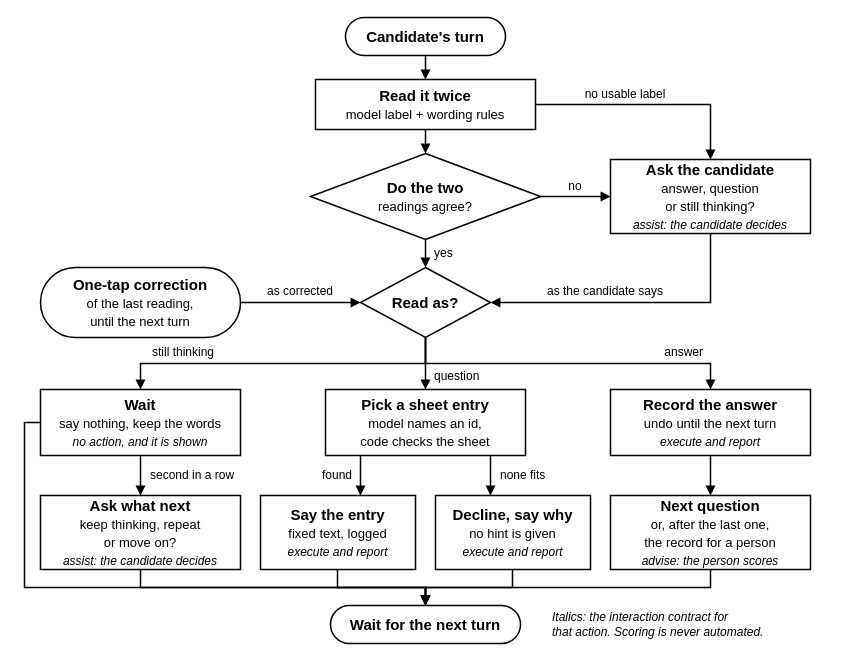
Earlier version of the draw.io diagram docs/turn-graph.drawio (ShreehariA/turncheck). Source tidied: cells renumbered, new cells numbered last; positions are measured from the earlier drawing's top-left corner, leaving out a move shared by most shapes. Both pictures are drawn from the tidied source at 100%, with x=0, y=0 at pixel (24, 17).
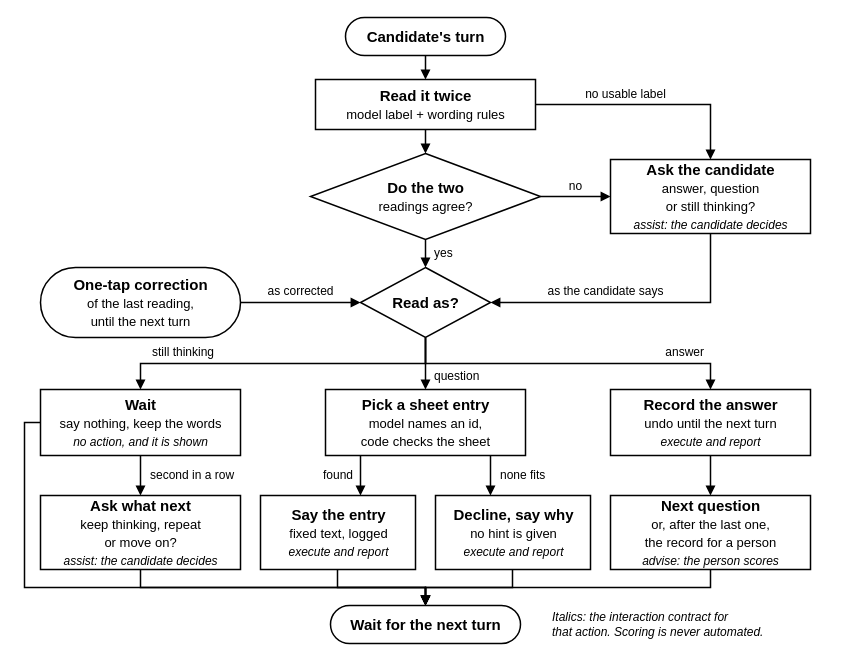
The same page after the edit.

Commit message (it also covers changes not shown here):
Diagrams: add the script that writes them; stop draw.io re-wrapping a label

Opened in draw.io's viewer, "what happened" wrapped onto its own arrow. Every
line break in the files is explicit, so wrapping is now off. The SVGs are unchanged.

The edit, as a diff of the source:
```diff
@@
-    <mxCell id="2" value="&lt;b&gt;Candidate&amp;#x27;s turn&lt;/b&gt;" style="rounded=1;arcSize=50;fillColor=#FFFFFF;whiteSpace=wrap;html=1;strokeColor=#000000;strokeWidth=1.5;fontColor=#000000;fontFamily=Helvetica;fontSize=15;" parent="1" vertex="1">
+    <mxCell id="2" value="&lt;b&gt;Candidate&amp;#x27;s turn&lt;/b&gt;" style="rounded=1;arcSize=50;fillColor=#FFFFFF;html=1;strokeColor=#000000;strokeWidth=1.5;fontColor=#000000;fontFamily=Helvetica;fontSize=15;" parent="1" vertex="1">
       <mxGeometry x="321" width="160" height="38" as="geometry" />
     </mxCell>
-    <mxCell id="3" value="&lt;b&gt;Read it twice&lt;/b&gt;&lt;br&gt;&lt;font style=&quot;font-size:13px&quot;&gt;model label + wording rules&lt;/font&gt;" style="rounded=0;fillColor=#FFFFFF;whiteSpace=wrap;html=1;strokeColor=#000000;strokeWidth=1.5;fontColor=#000000;fontFamily=Helvetica;fontSize=15;" parent="1" vertex="1">
+    <mxCell id="3" value="&lt;b&gt;Read it twice&lt;/b&gt;&lt;br&gt;&lt;font style=&quot;font-size:13px&quot;&gt;model label + wording rules&lt;/font&gt;" style="rounded=0;fillColor=#FFFFFF;html=1;strokeColor=#000000;strokeWidth=1.5;fontColor=#000000;fontFamily=Helvetica;fontSize=15;" parent="1" vertex="1">
       <mxGeometry x="291" y="62" width="220" height="50" as="geometry" />
     </mxCell>
-    <mxCell id="4" value="&lt;b&gt;Do the two&lt;/b&gt;&lt;br&gt;&lt;font style=&quot;font-size:13px&quot;&gt;readings agree?&lt;/font&gt;" style="rhombus;fillColor=#FFFFFF;whiteSpace=wrap;html=1;strokeColor=#000000;strokeWidth=1.5;fontColor=#000000;fontFamily=Helvetica;fontSize=15;" parent="1" vertex="1">
+    <mxCell id="4" value="&lt;b&gt;Do the two&lt;/b&gt;&lt;br&gt;&lt;font style=&quot;font-size:13px&quot;&gt;readings agree?&lt;/font&gt;" style="rhombus;fillColor=#FFFFFF;html=1;strokeColor=#000000;strokeWidth=1.5;fontColor=#000000;fontFamily=Helvetica;fontSize=15;" parent="1" vertex="1">
       <mxGeometry x="286" y="136" width="230" height="86" as="geometry" />
     </mxCell>
-    <mxCell id="5" value="&lt;b&gt;Ask the candidate&lt;/b&gt;&lt;br&gt;&lt;font style=&quot;font-size:13px&quot;&gt;answer, question&lt;br&gt;or still thinking?&lt;/font&gt;&lt;br&gt;&lt;i style=&quot;font-size:12px&quot;&gt;assist: the candidate decides&lt;/i&gt;" style="rounded=0;fillColor=#FFFFFF;whiteSpace=wrap;html=1;strokeColor=#000000;strokeWidth=1.5;fontColor=#000000;fontFamily=Helvetica;fontSize=15;" parent="1" vertex="1">
+    <mxCell id="5" value="&lt;b&gt;Ask the candidate&lt;/b&gt;&lt;br&gt;&lt;font style=&quot;font-size:13px&quot;&gt;answer, question&lt;br&gt;or still thinking?&lt;/font&gt;&lt;br&gt;&lt;i style=&quot;font-size:12px&quot;&gt;assist: the candidate decides&lt;/i&gt;" style="rounded=0;fillColor=#FFFFFF;html=1;strokeColor=#000000;strokeWidth=1.5;fontColor=#000000;fontFamily=Helvetica;fontSize=15;" parent="1" vertex="1">
       <mxGeometry x="586" y="142" width="200" height="74" as="geometry" />
     </mxCell>
-    <mxCell id="6" value="&lt;b&gt;One-tap correction&lt;/b&gt;&lt;br&gt;&lt;font style=&quot;font-size:13px&quot;&gt;of the last reading,&lt;br&gt;until the next turn&lt;/font&gt;" style="rounded=1;arcSize=50;fillColor=#FFFFFF;whiteSpace=wrap;html=1;strokeColor=#000000;strokeWidth=1.5;fontColor=#000000;fontFamily=Helvetica;fontSize=15;" parent="1" vertex="1">
+    <mxCell id="6" value="&lt;b&gt;One-tap correction&lt;/b&gt;&lt;br&gt;&lt;font style=&quot;font-size:13px&quot;&gt;of the last reading,&lt;br&gt;until the next turn&lt;/font&gt;" style="rounded=1;arcSize=50;fillColor=#FFFFFF;html=1;strokeColor=#000000;strokeWidth=1.5;fontColor=#000000;fontFamily=Helvetica;fontSize=15;" parent="1" vertex="1">
       <mxGeometry x="16" y="250" width="200" height="70" as="geometry" />
     </mxCell>
-    <mxCell id="7" value="&lt;b&gt;Read as?&lt;/b&gt;" style="rhombus;fillColor=#FFFFFF;whiteSpace=wrap;html=1;strokeColor=#000000;strokeWidth=1.5;fontColor=#000000;fontFamily=Helvetica;fontSize=15;" parent="1" vertex="1">
+    <mxCell id="7" value="&lt;b&gt;Read as?&lt;/b&gt;" style="rhombus;fillColor=#FFFFFF;html=1;strokeColor=#000000;strokeWidth=1.5;fontColor=#000000;fontFamily=Helvetica;fontSize=15;" parent="1" vertex="1">
       <mxGeometry x="336" y="250" width="130" height="70" as="geometry" />
     </mxCell>
-    <mxCell id="8" value="&lt;b&gt;Wait&lt;/b&gt;&lt;br&gt;&lt;font style=&quot;font-size:13px&quot;&gt;say nothing, keep the words&lt;/font&gt;&lt;br&gt;&lt;i style=&quot;font-size:12px&quot;&gt;no action, and it is shown&lt;/i&gt;" style="rounded=0;fillColor=#FFFFFF;whiteSpace=wrap;html=1;strokeColor=#000000;strokeWidth=1.5;fontColor=#000000;fontFamily=Helvetica;fontSize=15;" parent="1" vertex="1">
+    <mxCell id="8" value="&lt;b&gt;Wait&lt;/b&gt;&lt;br&gt;&lt;font style=&quot;font-size:13px&quot;&gt;say nothing, keep the words&lt;/font&gt;&lt;br&gt;&lt;i style=&quot;font-size:12px&quot;&gt;no action, and it is shown&lt;/i&gt;" style="rounded=0;fillColor=#FFFFFF;html=1;strokeColor=#000000;strokeWidth=1.5;fontColor=#000000;fontFamily=Helvetica;fontSize=15;" parent="1" vertex="1">
       <mxGeometry x="16" y="372" width="200" height="66" as="geometry" />
     </mxCell>
-    <mxCell id="9" value="&lt;b&gt;Pick a sheet entry&lt;/b&gt;&lt;br&gt;&lt;font style=&quot;font-size:13px&quot;&gt;model names an id,&lt;br&gt;code checks the sheet&lt;/font&gt;" style="rounded=0;fillColor=#FFFFFF;whiteSpace=wrap;html=1;strokeColor=#000000;strokeWidth=1.5;fontColor=#000000;fontFamily=Helvetica;fontSize=15;" parent="1" vertex="1">
+    <mxCell id="9" value="&lt;b&gt;Pick a sheet entry&lt;/b&gt;&lt;br&gt;&lt;font style=&quot;font-size:13px&quot;&gt;model names an id,&lt;br&gt;code checks the sheet&lt;/font&gt;" style="rounded=0;fillColor=#FFFFFF;html=1;strokeColor=#000000;strokeWidth=1.5;fontColor=#000000;fontFamily=Helvetica;fontSize=15;" parent="1" vertex="1">
       <mxGeometry x="301" y="372" width="200" height="66" as="geometry" />
     </mxCell>
-    <mxCell id="10" value="&lt;b&gt;Record the answer&lt;/b&gt;&lt;br&gt;&lt;font style=&quot;font-size:13px&quot;&gt;undo until the next turn&lt;/font&gt;&lt;br&gt;&lt;i style=&quot;font-size:12px&quot;&gt;execute and report&lt;/i&gt;" style="rounded=0;fillColor=#FFFFFF;whiteSpace=wrap;html=1;strokeColor=#000000;strokeWidth=1.5;fontColor=#000000;fontFamily=Helvetica;fontSize=15;" parent="1" vertex="1">
+    <mxCell id="10" value="&lt;b&gt;Record the answer&lt;/b&gt;&lt;br&gt;&lt;font style=&quot;font-size:13px&quot;&gt;undo until the next turn&lt;/font&gt;&lt;br&gt;&lt;i style=&quot;font-size:12px&quot;&gt;execute and report&lt;/i&gt;" style="rounded=0;fillColor=#FFFFFF;html=1;strokeColor=#000000;strokeWidth=1.5;fontColor=#000000;fontFamily=Helvetica;fontSize=15;" parent="1" vertex="1">
       <mxGeometry x="586" y="372" width="200" height="66" as="geometry" />
     </mxCell>
-    <mxCell id="11" value="&lt;b&gt;Ask what next&lt;/b&gt;&lt;br&gt;&lt;font style=&quot;font-size:13px&quot;&gt;keep thinking, repeat&lt;br&gt;or move on?&lt;/font&gt;&lt;br&gt;&lt;i style=&quot;font-size:12px&quot;&gt;assist: the candidate decides&lt;/i&gt;" style="rounded=0;fillColor=#FFFFFF;whiteSpace=wrap;html=1;strokeColor=#000000;strokeWidth=1.5;fontColor=#000000;fontFamily=Helvetica;fontSize=15;" parent="1" vertex="1">
+    <mxCell id="11" value="&lt;b&gt;Ask what next&lt;/b&gt;&lt;br&gt;&lt;font style=&quot;font-size:13px&quot;&gt;keep thinking, repeat&lt;br&gt;or move on?&lt;/font&gt;&lt;br&gt;&lt;i style=&quot;font-size:12px&quot;&gt;assist: the candidate decides&lt;/i&gt;" style="rounded=0;fillColor=#FFFFFF;html=1;strokeColor=#000000;strokeWidth=1.5;fontColor=#000000;fontFamily=Helvetica;fontSize=15;" parent="1" vertex="1">
       <mxGeometry x="16" y="478" width="200" height="74" as="geometry" />
     </mxCell>
-    <mxCell id="12" value="&lt;b&gt;Say the entry&lt;/b&gt;&lt;br&gt;&lt;font style=&quot;font-size:13px&quot;&gt;fixed text, logged&lt;/font&gt;&lt;br&gt;&lt;i style=&quot;font-size:12px&quot;&gt;execute and report&lt;/i&gt;" style="rounded=0;fillColor=#FFFFFF;whiteSpace=wrap;html=1;strokeColor=#000000;strokeWidth=1.5;fontColor=#000000;fontFamily=Helvetica;fontSize=15;" parent="1" vertex="1">
+    <mxCell id="12" value="&lt;b&gt;Say the entry&lt;/b&gt;&lt;br&gt;&lt;font style=&quot;font-size:13px&quot;&gt;fixed text, logged&lt;/font&gt;&lt;br&gt;&lt;i style=&quot;font-size:12px&quot;&gt;execute and report&lt;/i&gt;" style="rounded=0;fillColor=#FFFFFF;html=1;strokeColor=#000000;strokeWidth=1.5;fontColor=#000000;fontFamily=Helvetica;fontSize=15;" parent="1" vertex="1">
       <mxGeometry x="236" y="478" width="155" height="74" as="geometry" />
     </mxCell>
-    <mxCell id="13" value="&lt;b&gt;Decline, say why&lt;/b&gt;&lt;br&gt;&lt;font style=&quot;font-size:13px&quot;&gt;no hint is given&lt;/font&gt;&lt;br&gt;&lt;i style=&quot;font-size:12px&quot;&gt;execute and report&lt;/i&gt;" style="rounded=0;fillColor=#FFFFFF;whiteSpace=wrap;html=1;strokeColor=#000000;strokeWidth=1.5;fontColor=#000000;fontFamily=Helvetica;fontSize=15;" parent="1" vertex="1">
+    <mxCell id="13" value="&lt;b&gt;Decline, say why&lt;/b&gt;&lt;br&gt;&lt;font style=&quot;font-size:13px&quot;&gt;no hint is given&lt;/font&gt;&lt;br&gt;&lt;i style=&quot;font-size:12px&quot;&gt;execute and report&lt;/i&gt;" style="rounded=0;fillColor=#FFFFFF;html=1;strokeColor=#000000;strokeWidth=1.5;fontColor=#000000;fontFamily=Helvetica;fontSize=15;" parent="1" vertex="1">
       <mxGeometry x="411" y="478" width="155" height="74" as="geometry" />
     </mxCell>
-    <mxCell id="14" value="&lt;b&gt;Next question&lt;/b&gt;&lt;br&gt;&lt;font style=&quot;font-size:13px&quot;&gt;or, after the last one,&lt;br&gt;the record for a person&lt;/font&gt;&lt;br&gt;&lt;i style=&quot;font-size:12px&quot;&gt;advise: the person scores&lt;/i&gt;" style="rounded=0;fillColor=#FFFFFF;whiteSpace=wrap;html=1;strokeColor=#000000;strokeWidth=1.5;fontColor=#000000;fontFamily=Helvetica;fontSize=15;" parent="1" vertex="1">
+    <mxCell id="14" value="&lt;b&gt;Next question&lt;/b&gt;&lt;br&gt;&lt;font style=&quot;font-size:13px&quot;&gt;or, after the last one,&lt;br&gt;the record for a person&lt;/font&gt;&lt;br&gt;&lt;i style=&quot;font-size:12px&quot;&gt;advise: the person scores&lt;/i&gt;" style="rounded=0;fillColor=#FFFFFF;html=1;strokeColor=#000000;strokeWidth=1.5;fontColor=#000000;fontFamily=Helvetica;fontSize=15;" parent="1" vertex="1">
       <mxGeometry x="586" y="478" width="200" height="74" as="geometry" />
     </mxCell>
-    <mxCell id="15" value="&lt;b&gt;Wait for the next turn&lt;/b&gt;" style="rounded=1;arcSize=50;fillColor=#FFFFFF;whiteSpace=wrap;html=1;strokeColor=#000000;strokeWidth=1.5;fontColor=#000000;fontFamily=Helvetica;fontSize=15;" parent="1" vertex="1">
+    <mxCell id="15" value="&lt;b&gt;Wait for the next turn&lt;/b&gt;" style="rounded=1;arcSize=50;fillColor=#FFFFFF;html=1;strokeColor=#000000;strokeWidth=1.5;fontColor=#000000;fontFamily=Helvetica;fontSize=15;" parent="1" vertex="1">
       <mxGeometry x="306" y="588" width="190" height="38" as="geometry" />
     </mxCell>
@@
-    <mxCell id="35" value="no usable label" style="text;html=1;strokeColor=none;fillColor=none;align=center;verticalAlign=middle;whiteSpace=wrap;fontSize=12;fontColor=#000000;fontFamily=Helvetica;" parent="1" vertex="1">
+    <mxCell id="35" value="no usable label" style="text;html=1;strokeColor=none;fillColor=none;align=center;verticalAlign=middle;fontSize=12;fontColor=#000000;fontFamily=Helvetica;" parent="1" vertex="1">
       <mxGeometry x="521" y="68" width="160" height="17" as="geometry" />
     </mxCell>
-    <mxCell id="36" value="no" style="text;html=1;strokeColor=none;fillColor=none;align=center;verticalAlign=middle;whiteSpace=wrap;fontSize=12;fontColor=#000000;fontFamily=Helvetica;" parent="1" vertex="1">
+    <mxCell id="36" value="no" style="text;html=1;strokeColor=none;fillColor=none;align=center;verticalAlign=middle;fontSize=12;fontColor=#000000;fontFamily=Helvetica;" parent="1" vertex="1">
       <mxGeometry x="531" y="160" width="40" height="17" as="geometry" />
     </mxCell>
-    <mxCell id="37" value="yes" style="text;html=1;strokeColor=none;fillColor=none;align=left;verticalAlign=middle;whiteSpace=wrap;fontSize=12;fontColor=#000000;fontFamily=Helvetica;" parent="1" vertex="1">
+    <mxCell id="37" value="yes" style="text;html=1;strokeColor=none;fillColor=none;align=left;verticalAlign=middle;fontSize=12;fontColor=#000000;fontFamily=Helvetica;" parent="1" vertex="1">
       <mxGeometry x="408" y="227" width="40" height="17" as="geometry" />
     </mxCell>
-    <mxCell id="38" value="as the candidate says" style="text;html=1;strokeColor=none;fillColor=none;align=center;verticalAlign=middle;whiteSpace=wrap;fontSize=12;fontColor=#000000;fontFamily=Helvetica;" parent="1" vertex="1">
+    <mxCell id="38" value="as the candidate says" style="text;html=1;strokeColor=none;fillColor=none;align=center;verticalAlign=middle;fontSize=12;fontColor=#000000;fontFamily=Helvetica;" parent="1" vertex="1">
       <mxGeometry x="506" y="265" width="150" height="17" as="geometry" />
     </mxCell>
-    <mxCell id="39" value="as corrected" style="text;html=1;strokeColor=none;fillColor=none;align=center;verticalAlign=middle;whiteSpace=wrap;fontSize=12;fontColor=#000000;fontFamily=Helvetica;" parent="1" vertex="1">
+    <mxCell id="39" value="as corrected" style="text;html=1;strokeColor=none;fillColor=none;align=center;verticalAlign=middle;fontSize=12;fontColor=#000000;fontFamily=Helvetica;" parent="1" vertex="1">
       <mxGeometry x="226" y="265" width="100" height="17" as="geometry" />
     </mxCell>
-    <mxCell id="40" value="still thinking" style="text;html=1;strokeColor=none;fillColor=none;align=left;verticalAlign=middle;whiteSpace=wrap;fontSize=12;fontColor=#000000;fontFamily=Helvetica;" parent="1" vertex="1">
+    <mxCell id="40" value="still thinking" style="text;html=1;strokeColor=none;fillColor=none;align=left;verticalAlign=middle;fontSize=12;fontColor=#000000;fontFamily=Helvetica;" parent="1" vertex="1">
       <mxGeometry x="126" y="326" width="100" height="17" as="geometry" />
     </mxCell>
-    <mxCell id="41" value="question" style="text;html=1;strokeColor=none;fillColor=none;align=left;verticalAlign=middle;whiteSpace=wrap;fontSize=12;fontColor=#000000;fontFamily=Helvetica;" parent="1" vertex="1">
+    <mxCell id="41" value="question" style="text;html=1;strokeColor=none;fillColor=none;align=left;verticalAlign=middle;fontSize=12;fontColor=#000000;fontFamily=Helvetica;" parent="1" vertex="1">
       <mxGeometry x="408" y="350" width="70" height="17" as="geometry" />
     </mxCell>
-    <mxCell id="42" value="answer" style="text;html=1;strokeColor=none;fillColor=none;align=right;verticalAlign=middle;whiteSpace=wrap;fontSize=12;fontColor=#000000;fontFamily=Helvetica;" parent="1" vertex="1">
+    <mxCell id="42" value="answer" style="text;html=1;strokeColor=none;fillColor=none;align=right;verticalAlign=middle;fontSize=12;fontColor=#000000;fontFamily=Helvetica;" parent="1" vertex="1">
       <mxGeometry x="626" y="326" width="55" height="17" as="geometry" />
     </mxCell>
-    <mxCell id="43" value="second in a row" style="text;html=1;strokeColor=none;fillColor=none;align=left;verticalAlign=middle;whiteSpace=wrap;fontSize=12;fontColor=#000000;fontFamily=Helvetica;" parent="1" vertex="1">
+    <mxCell id="43" value="second in a row" style="text;html=1;strokeColor=none;fillColor=none;align=left;verticalAlign=middle;fontSize=12;fontColor=#000000;fontFamily=Helvetica;" parent="1" vertex="1">
       <mxGeometry x="124" y="449" width="92" height="17" as="geometry" />
     </mxCell>
-    <mxCell id="44" value="found" style="text;html=1;strokeColor=none;fillColor=none;align=right;verticalAlign=middle;whiteSpace=wrap;fontSize=12;fontColor=#000000;fontFamily=Helvetica;" parent="1" vertex="1">
+    <mxCell id="44" value="found" style="text;html=1;strokeColor=none;fillColor=none;align=right;verticalAlign=middle;fontSize=12;fontColor=#000000;fontFamily=Helvetica;" parent="1" vertex="1">
       <mxGeometry x="286" y="449" width="44" height="17" as="geometry" />
     </mxCell>
-    <mxCell id="45" value="none fits" style="text;html=1;strokeColor=none;fillColor=none;align=left;verticalAlign=middle;whiteSpace=wrap;fontSize=12;fontColor=#000000;fontFamily=Helvetica;" parent="1" vertex="1">
+    <mxCell id="45" value="none fits" style="text;html=1;strokeColor=none;fillColor=none;align=left;verticalAlign=middle;fontSize=12;fontColor=#000000;fontFamily=Helvetica;" parent="1" vertex="1">
       <mxGeometry x="474" y="449" width="85" height="17" as="geometry" />
     </mxCell>
-    <mxCell id="46" value="&lt;i&gt;Italics: the interaction contract for&lt;br&gt;that action. Scoring is never automated.&lt;/i&gt;" style="text;html=1;strokeColor=none;fillColor=none;align=left;verticalAlign=middle;whiteSpace=wrap;fontSize=12;fontColor=#000000;fontFamily=Helvetica;" parent="1" vertex="1">
+    <mxCell id="46" value="&lt;i&gt;Italics: the interaction contract for&lt;br&gt;that action. Scoring is never automated.&lt;/i&gt;" style="text;html=1;strokeColor=none;fillColor=none;align=left;verticalAlign=middle;fontSize=12;fontColor=#000000;fontFamily=Helvetica;" parent="1" vertex="1">
       <mxGeometry x="526" y="590" width="280" height="34" as="geometry" />
     </mxCell>
```
